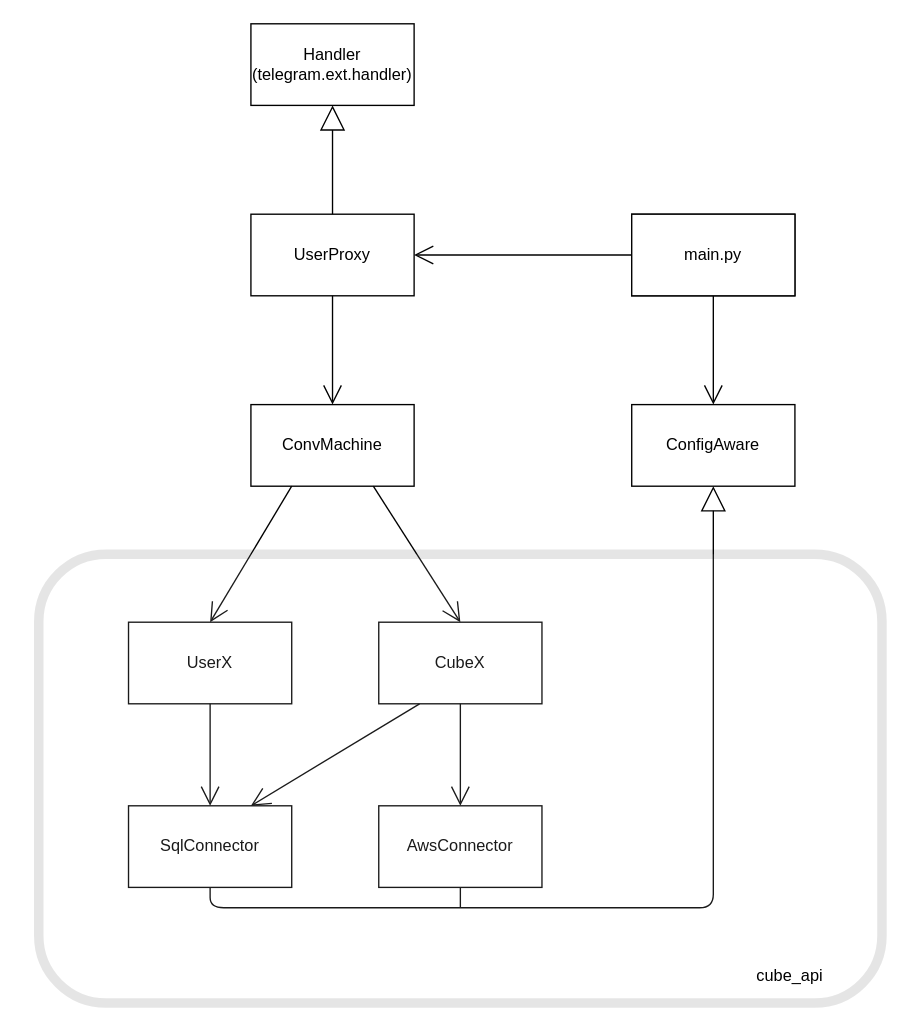
This is docs/source/images/drawio/CubeX.drawio from Andrew001207/CubeX, a draw.io file, before an edit. Source tidied: cells renumbered, new cells numbered last; positions are measured from the earlier drawing's top-left corner, leaving out a move shared by most shapes. Both pictures are drawn from the tidied source at 136%, with x=0, y=0 at pixel (38, 23).
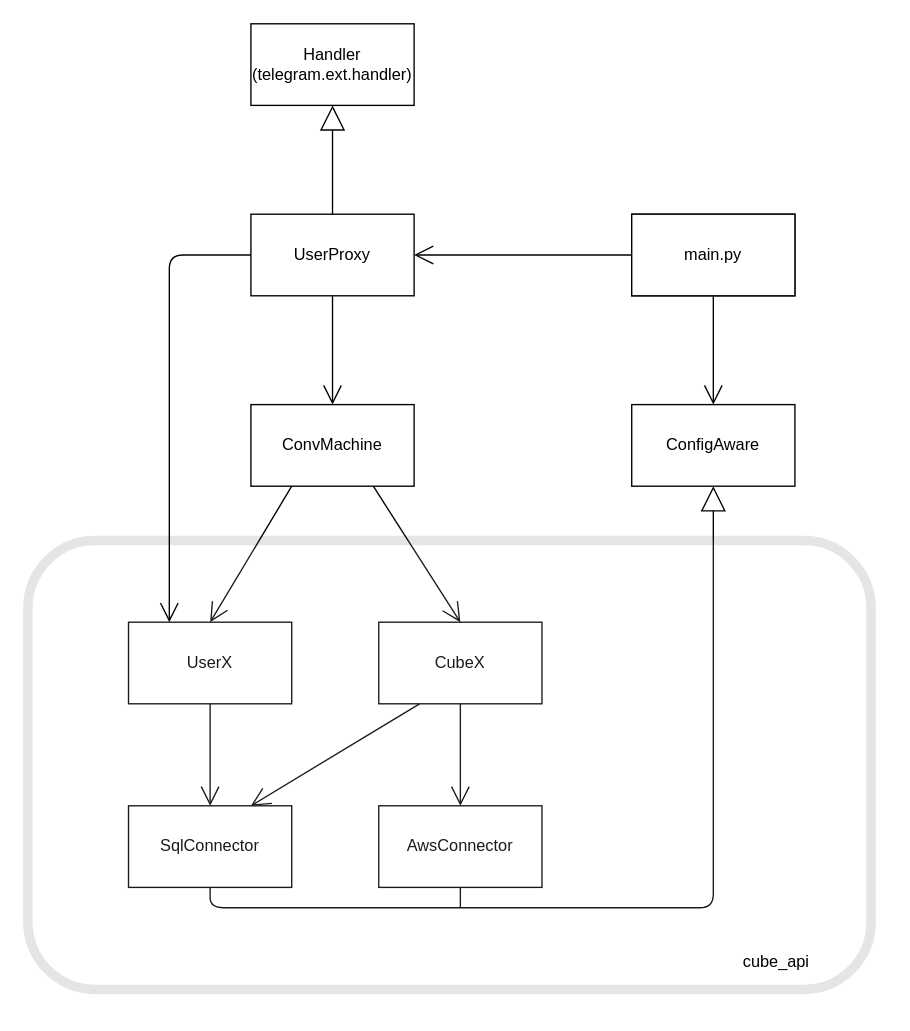
The same diagram, later.

Unchanged cells that the change refers to:
```xml
<mxCell id="2" value="UserX" style="rounded=0;whiteSpace=wrap;html=1;" parent="1" vertex="1">
  <mxGeometry x="66" y="440" width="120" height="60" as="geometry" />
</mxCell>
<mxCell id="5" value="UserProxy" style="rounded=0;whiteSpace=wrap;html=1;" parent="1" vertex="1">
  <mxGeometry x="156" y="140" width="120" height="60" as="geometry" />
</mxCell>
```

What changed in the source:
```diff
@@
     <mxCell id="23" style="rounded=1;whiteSpace=wrap;html=1;opacity=10;strokeWidth=7;" parent="1" vertex="1">
-      <mxGeometry y="390" width="620" height="330" as="geometry" />
+      <mxGeometry x="-8" y="380" width="620" height="330" as="geometry" />
     </mxCell>
     <mxCell id="24" value="cube_api" style="text;html=1;align=center;verticalAlign=middle;" parent="1" vertex="1">
-      <mxGeometry x="522" y="690" width="60" height="20" as="geometry" />
+      <mxGeometry x="512" y="680" width="60" height="20" as="geometry" />
     </mxCell>
+    <mxCell id="25" style="endArrow=open;endFill=1;endSize=12;html=1;entryX=0.25;entryY=0;entryDx=0;entryDy=0;exitX=0;exitY=0.5;exitDx=0;exitDy=0;" parent="1" edge="1" source="5" target="2">
+      <mxGeometry relative="1" as="geometry">
+        <Array as="points">
+          <mxPoint x="96" y="170" />
+        </Array>
+      </mxGeometry>
+    </mxCell>
```
